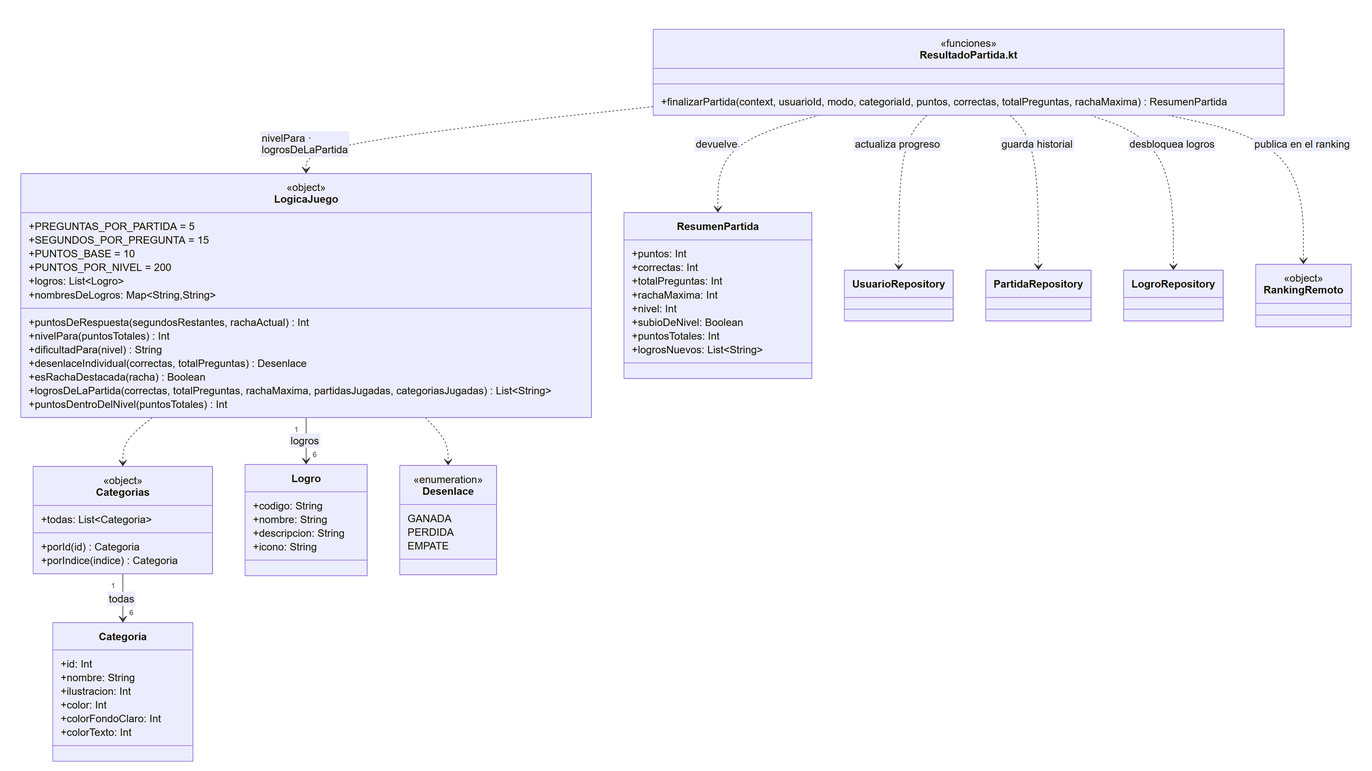
The Mermaid diagram docs/diagramas/03-reglas-del-juego.png in sobas2785/Quizzly, before a commit. Its source is kept beside it as docs/diagramas/03-reglas-del-juego.mmd.
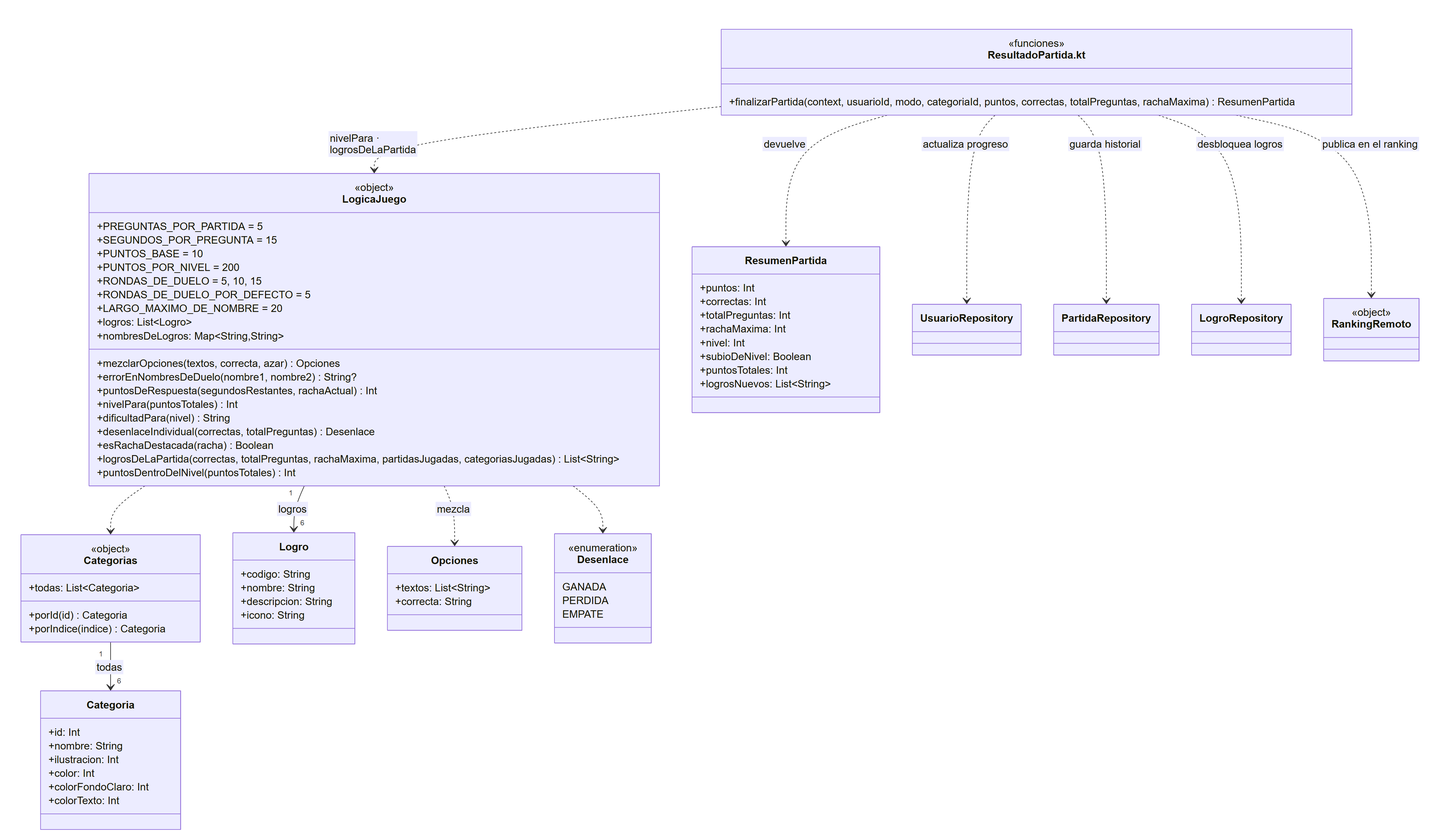
After the change.

Change to the diagram source:
```diff
@@ -7,8 +7,13 @@
         +SEGUNDOS_POR_PREGUNTA = 15
         +PUNTOS_BASE = 10
         +PUNTOS_POR_NIVEL = 200
+        +RONDAS_DE_DUELO = 5, 10, 15
+        +RONDAS_DE_DUELO_POR_DEFECTO = 5
+        +LARGO_MAXIMO_DE_NOMBRE = 20
         +logros: List~Logro~
         +nombresDeLogros: Map~String,String~
+        +mezclarOpciones(textos, correcta, azar) Opciones
+        +errorEnNombresDeDuelo(nombre1, nombre2) String?
         +puntosDeRespuesta(segundosRestantes, rachaActual) Int
         +nivelPara(puntosTotales) Int
         +dificultadPara(nivel) String
@@ -39,6 +44,11 @@
         +nombre: String
         +descripcion: String
         +icono: String
+    }
+
+    class Opciones {
+        +textos: List~String~
+        +correcta: String
     }
 
     class Desenlace {
@@ -74,6 +84,7 @@
     Categorias "1" --> "6" Categoria : todas
     LogicaJuego "1" --> "6" Logro : logros
     LogicaJuego ..> Desenlace
+    LogicaJuego ..> Opciones : mezcla
     LogicaJuego ..> Categorias
 
     ResultadoPartida ..> LogicaJuego : nivelPara · logrosDeLaPartida
```
